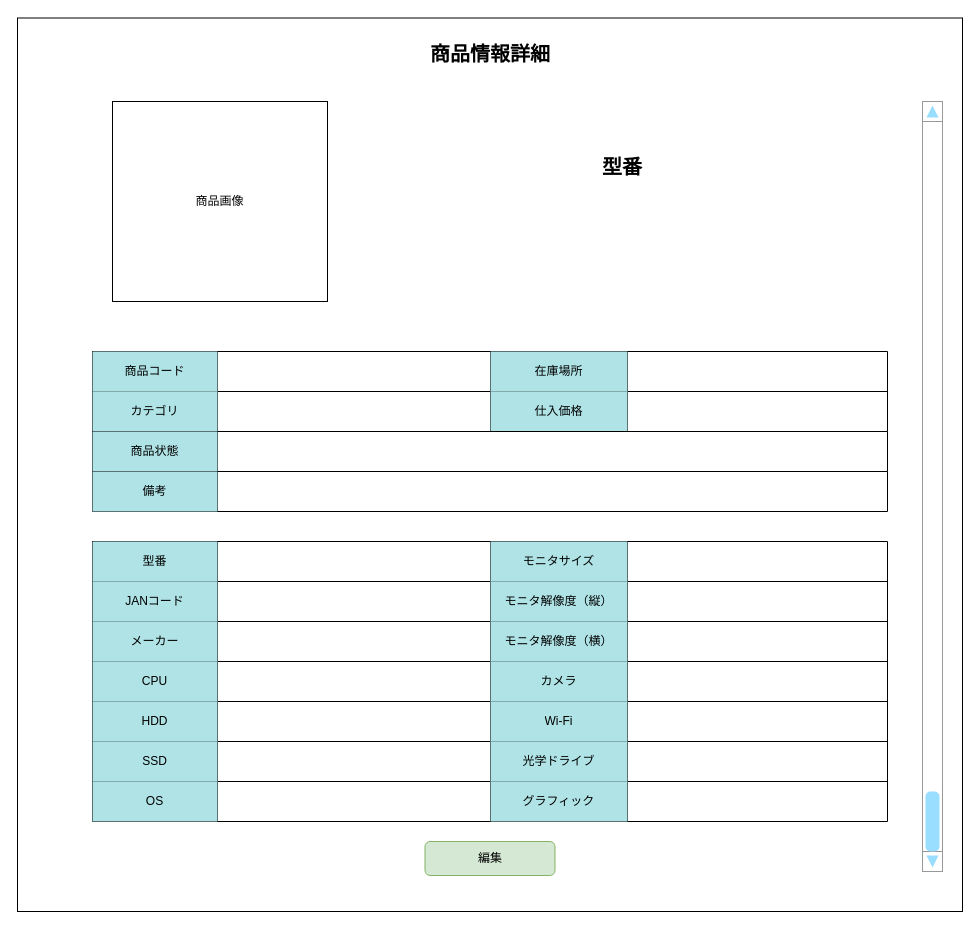
Before: page "S03-03 商品情報詳細" (3 of 4) of 各種設計書/6.画面設計書/S03_商品マスタ.drawio in HaruShim/Sotuken, a draw.io diagram. Source tidied: cells renumbered, new cells numbered last; positions are measured from the earlier drawing's top-left corner, leaving out a move shared by most shapes. Both pictures are drawn from the tidied source at 100%, with x=0, y=0 at pixel (17, 17). Pictures stored in the file or linked from it are replaced by grey dashed boxes.
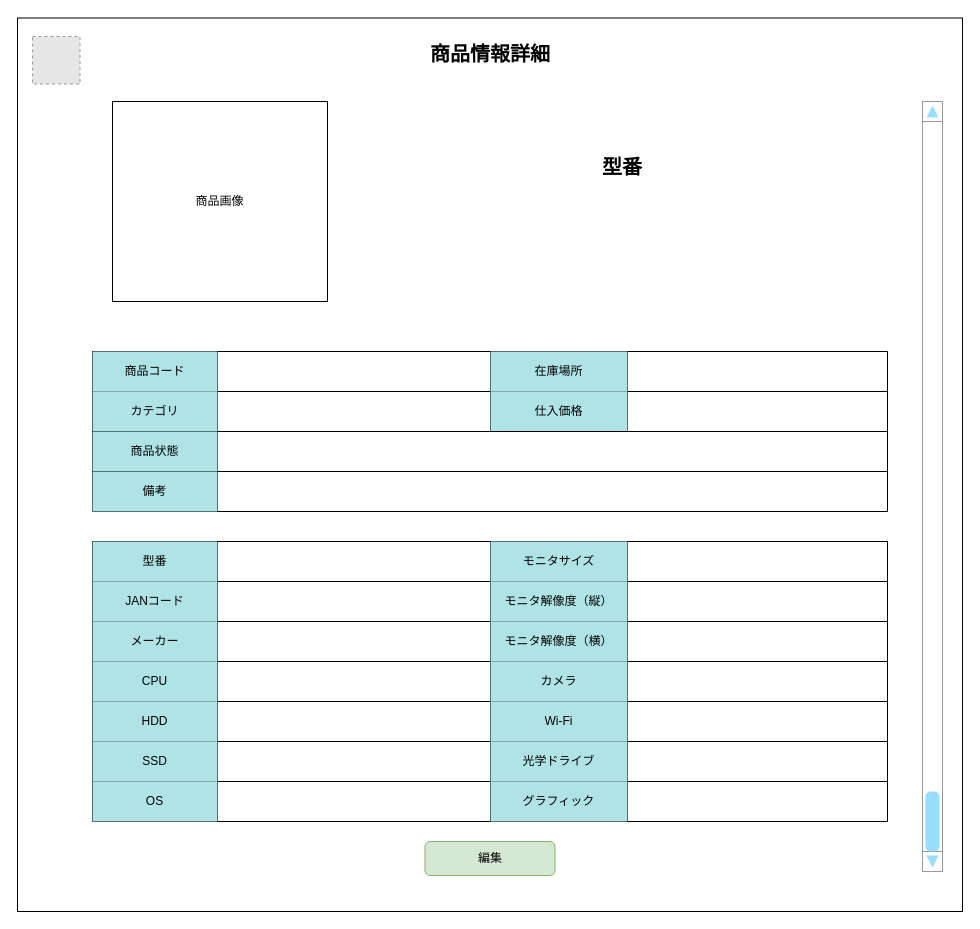
After the change.

What changed in the source:
```diff
@@
+    <mxCell id="63" style="fillColor=#E6E6E6;strokeColor=#999999;dashed=1;html=1;verticalAlign=top;verticalLabelPosition=bottom;labelBackgroundColor=#ffffff;" parent="1" vertex="1">
+      <mxGeometry x="15" y="19" width="47.5" height="47.5" as="geometry" />
+    </mxCell>
```
